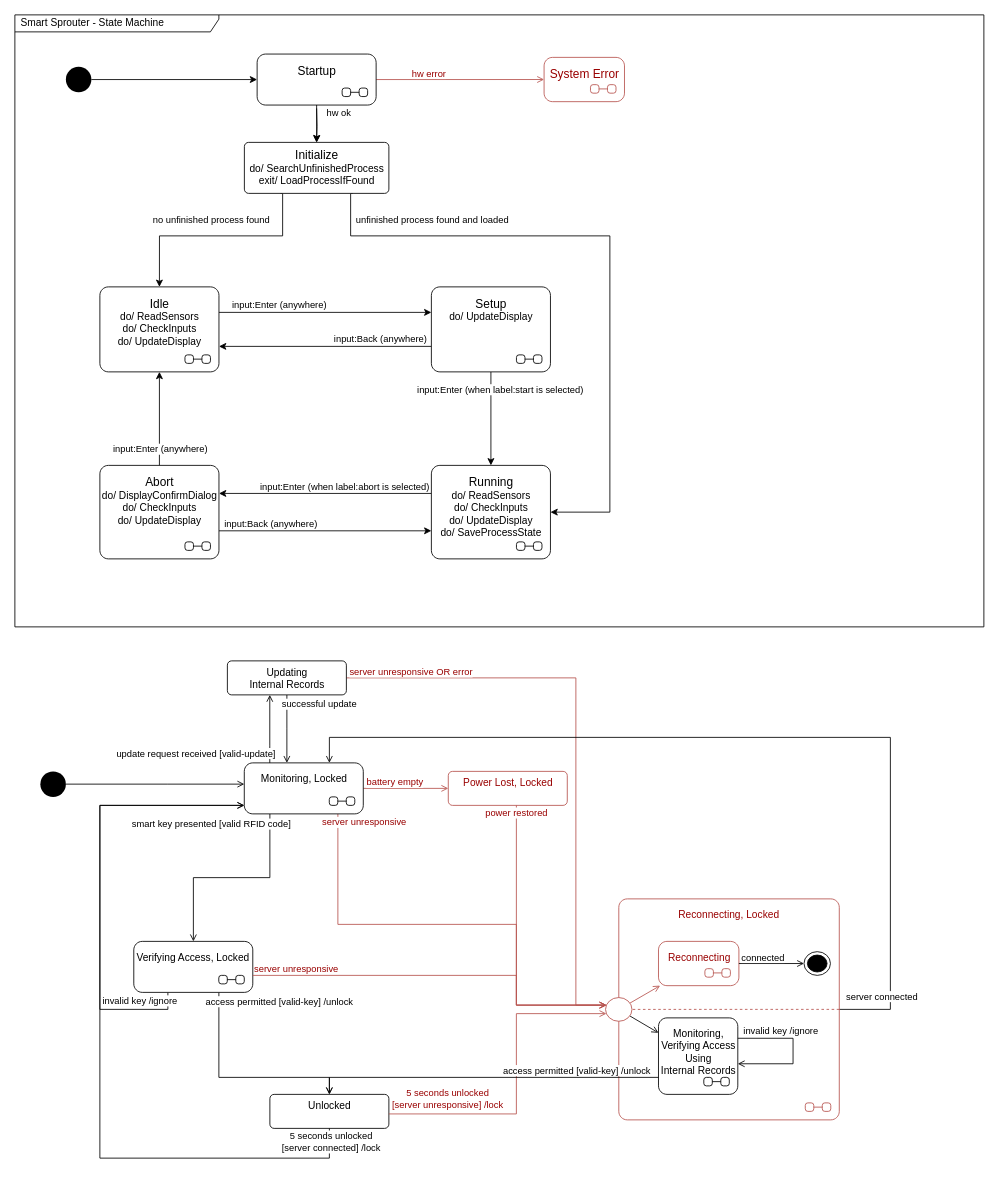
The draw.io diagram page "SmartSprouter" (1 of 12) of Documents/SmartSprouter_SystemFlow.drawio in EhudVardi/SmartSprouter, before the edit. Source tidied: cells renumbered, new cells numbered last; positions are measured from the earlier drawing's top-left corner, leaving out a move shared by most shapes. Both pictures are drawn from the tidied source at 85%, with x=0, y=0 at pixel (14, 14).
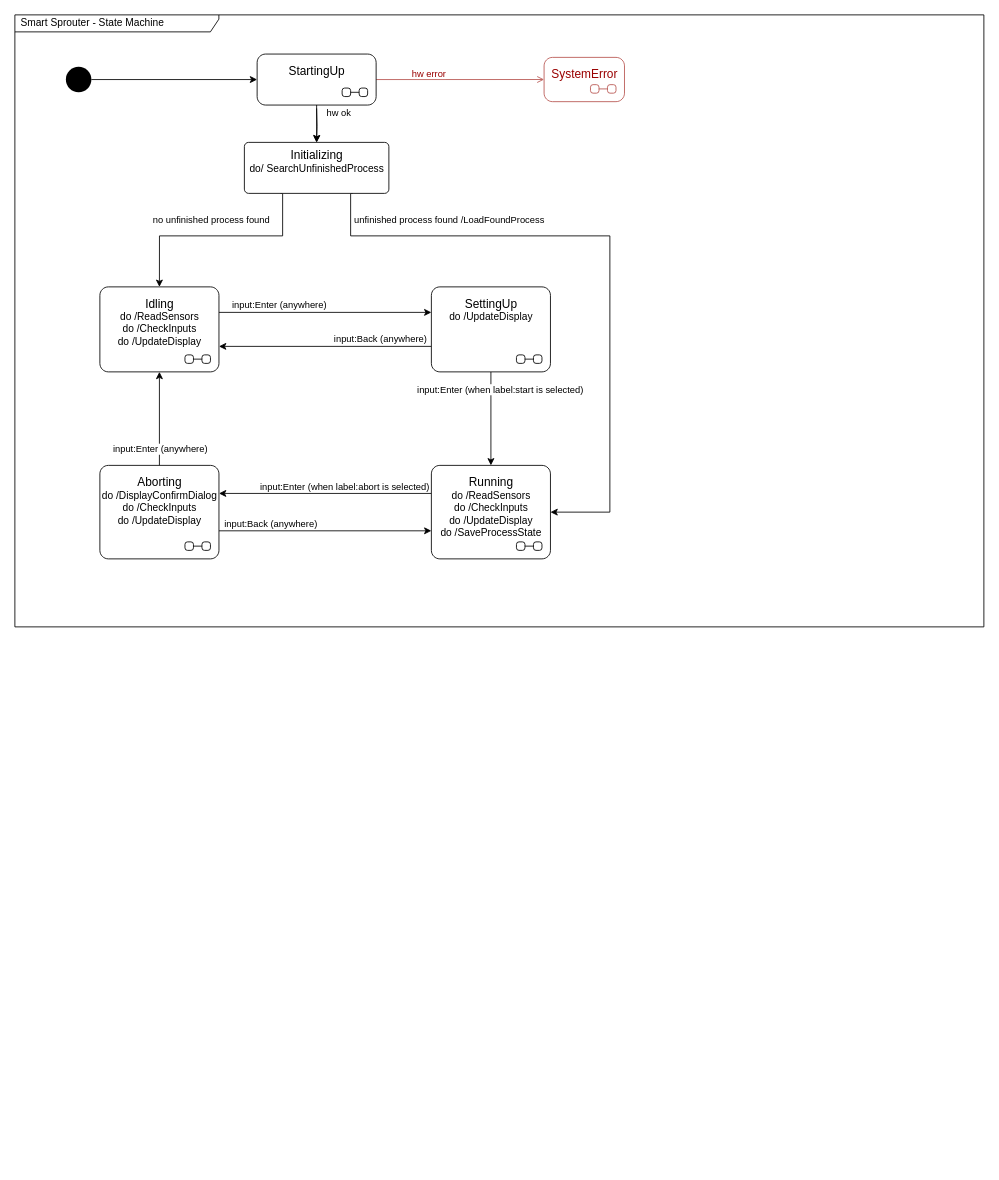
The same diagram, later.

Commit message (it also covers changes not shown here):
update system design schematics

Change to the diagram source:
```diff
@@
-    <mxCell id="3" style="rounded=0;jettySize=auto;html=1;fontSize=17;fontColor=#666666;endArrow=open;endFill=0;edgeStyle=orthogonalEdgeStyle;strokeWidth=1;" parent="1" edge="1" source="7" target="24">
-      <mxGeometry relative="1" as="geometry">
-        <Array as="points">
-          <mxPoint x="240" y="1250" />
-          <mxPoint x="370" y="1250" />
-        </Array>
-      </mxGeometry>
-    </mxCell>
-    <mxCell id="4" value="access permitted [valid-key] /unlock" style="edgeLabel;html=1;align=center;verticalAlign=middle;" parent="3" vertex="1">
-      <mxGeometry x="-0.68" y="-1" relative="1" as="geometry">
-        <mxPoint x="71" y="-30" as="offset" />
-      </mxGeometry>
-    </mxCell>
-    <mxCell id="5" style="rounded=0;jettySize=auto;html=1;endArrow=open;endFill=0;edgeStyle=orthogonalEdgeStyle;" parent="1" edge="1" source="7" target="16">
-      <mxGeometry relative="1" as="geometry">
-        <Array as="points">
-          <mxPoint x="180" y="1170" />
-          <mxPoint x="100" y="1170" />
-          <mxPoint x="100" y="930" />
-        </Array>
-      </mxGeometry>
-    </mxCell>
-    <mxCell id="6" value="invalid key /ignore" style="edgeLabel;html=1;align=center;verticalAlign=middle;" parent="5" vertex="1">
-      <mxGeometry x="0.38" relative="1" as="geometry">
-        <mxPoint x="34" y="229" as="offset" />
-      </mxGeometry>
-    </mxCell>
-    <mxCell id="7" value="Verifying Access, Locked" style="shape=umlState;rounded=1;verticalAlign=top;spacingTop=5;umlStateSymbol=collapseState;absoluteArcSize=1;arcSize=10;" parent="1" vertex="1">
-      <mxGeometry x="139.9" y="1090" width="140" height="60" as="geometry" />
-    </mxCell>
-    <mxCell id="8" style="rounded=0;jettySize=auto;html=1;fontSize=17;fontColor=#666666;endArrow=open;endFill=0;edgeStyle=orthogonalEdgeStyle;strokeWidth=1;" parent="1" edge="1" source="16" target="21">
-      <mxGeometry relative="1" as="geometry">
-        <Array as="points">
-          <mxPoint x="299.9" y="860" />
-          <mxPoint x="299.9" y="860" />
-        </Array>
-      </mxGeometry>
-    </mxCell>
-    <mxCell id="9" value="update request received [valid-update]" style="edgeLabel;html=1;align=center;verticalAlign=middle;fontColor=#000000;" parent="8" vertex="1">
-      <mxGeometry x="-0.61" relative="1" as="geometry">
-        <mxPoint x="-87" y="4" as="offset" />
-      </mxGeometry>
-    </mxCell>
-    <mxCell id="10" style="rounded=0;jettySize=auto;html=1;fontSize=17;fontColor=#666666;endArrow=open;endFill=0;edgeStyle=orthogonalEdgeStyle;strokeWidth=1;" parent="1" edge="1" source="16" target="7">
-      <mxGeometry relative="1" as="geometry">
-        <Array as="points">
-          <mxPoint x="300" y="1015" />
-          <mxPoint x="210" y="1015" />
-        </Array>
-      </mxGeometry>
-    </mxCell>
-    <mxCell id="11" value="smart key presented [valid RFID code]" style="edgeLabel;html=1;align=center;verticalAlign=middle;" parent="10" vertex="1">
-      <mxGeometry x="-0.4" y="-1" relative="1" as="geometry">
-        <mxPoint x="-69" y="-61" as="offset" />
-      </mxGeometry>
-    </mxCell>
-    <mxCell id="12" style="rounded=0;jettySize=auto;html=1;endArrow=open;endFill=0;edgeStyle=orthogonalEdgeStyle;fillColor=#f8cecc;strokeColor=#b85450;" parent="1" edge="1" source="16" target="26">
-      <mxGeometry relative="1" as="geometry" />
-    </mxCell>
-    <mxCell id="13" value="battery empty" style="edgeLabel;html=1;align=center;verticalAlign=middle;fontColor=#990000;" parent="12" vertex="1">
-      <mxGeometry x="-0.31" relative="1" as="geometry">
-        <mxPoint x="2" y="-8" as="offset" />
-      </mxGeometry>
-    </mxCell>
-    <mxCell id="14" style="rounded=0;jettySize=auto;html=1;endArrow=open;endFill=0;edgeStyle=orthogonalEdgeStyle;fillColor=#f8cecc;strokeColor=#b85450;" parent="1" edge="1" source="16" target="38">
-      <mxGeometry relative="1" as="geometry">
-        <Array as="points">
-          <mxPoint x="380" y="1070" />
-          <mxPoint x="590" y="1070" />
-          <mxPoint x="590" y="1165" />
-        </Array>
-      </mxGeometry>
-    </mxCell>
-    <mxCell id="15" value="server unresponsive" style="edgeLabel;html=1;align=center;verticalAlign=middle;fontColor=#990000;" parent="14" vertex="1">
-      <mxGeometry x="-0.69" y="-1" relative="1" as="geometry">
-        <mxPoint x="31" y="-75" as="offset" />
-      </mxGeometry>
-    </mxCell>
-    <mxCell id="16" value="Monitoring, Locked" style="shape=umlState;rounded=1;verticalAlign=top;spacingTop=5;umlStateSymbol=collapseState;absoluteArcSize=1;arcSize=10;dashed=0;fontFamily=Helvetica;fontSize=12;fontColor=default;align=center;strokeColor=default;fillColor=default;html=1;" parent="1" vertex="1">
-      <mxGeometry x="269.9" y="880" width="140" height="60" as="geometry" />
-    </mxCell>
-    <mxCell id="17" style="rounded=0;jettySize=auto;html=1;endArrow=open;endFill=0;edgeStyle=orthogonalEdgeStyle;" parent="1" edge="1" source="21" target="16">
-      <mxGeometry relative="1" as="geometry">
-        <Array as="points">
-          <mxPoint x="319.9" y="840" />
-          <mxPoint x="319.9" y="840" />
-        </Array>
-      </mxGeometry>
-    </mxCell>
-    <mxCell id="18" value="successful update" style="edgeLabel;html=1;align=center;verticalAlign=middle;fontColor=#000000;" parent="17" vertex="1">
-      <mxGeometry x="-0.48" y="1" relative="1" as="geometry">
-        <mxPoint x="36" y="-11" as="offset" />
-      </mxGeometry>
-    </mxCell>
-    <mxCell id="19" style="edgeStyle=orthogonalEdgeStyle;rounded=0;jettySize=auto;html=1;endArrow=open;endFill=0;fillColor=#f8cecc;strokeColor=#b85450;" parent="1" edge="1" source="21" target="38">
-      <mxGeometry relative="1" as="geometry">
-        <Array as="points">
-          <mxPoint x="660" y="780" />
-          <mxPoint x="660" y="1165" />
-        </Array>
-      </mxGeometry>
-    </mxCell>
-    <mxCell id="20" value="server unresponsive OR error" style="edgeLabel;html=1;align=center;verticalAlign=middle;fontColor=#990000;" parent="19" vertex="1">
-      <mxGeometry x="-0.9" y="1" relative="1" as="geometry">
-        <mxPoint x="40" y="-7" as="offset" />
-      </mxGeometry>
-    </mxCell>
-    <mxCell id="21" value="Updating &lt;br&gt;Internal Records" style="html=1;align=center;verticalAlign=top;rounded=1;absoluteArcSize=1;arcSize=10;fontFamily=Helvetica;fontSize=12;fontColor=default;strokeColor=default;fillColor=default;" parent="1" vertex="1">
-      <mxGeometry x="250" y="760" width="140" height="40" as="geometry" />
-    </mxCell>
-    <mxCell id="22" style="rounded=0;jettySize=auto;html=1;fontSize=17;fontColor=#666666;endArrow=open;endFill=0;edgeStyle=orthogonalEdgeStyle;" parent="1" edge="1" source="23" target="16">
-      <mxGeometry relative="1" as="geometry">
-        <Array as="points">
-          <mxPoint x="180" y="905" />
-          <mxPoint x="180" y="905" />
-        </Array>
-      </mxGeometry>
-    </mxCell>
-    <mxCell id="23" style="ellipse;fillColor=#000000;strokeColor=none;" parent="1" vertex="1">
-      <mxGeometry x="30" y="890" width="30" height="30" as="geometry" />
-    </mxCell>
-    <mxCell id="24" value="Unlocked" style="html=1;align=center;verticalAlign=top;rounded=1;absoluteArcSize=1;arcSize=10;dashed=0;" parent="1" vertex="1">
-      <mxGeometry x="300" y="1270" width="140" height="40" as="geometry" />
-    </mxCell>
-    <mxCell id="25" value="power restored " style="rounded=0;jettySize=auto;html=1;endArrow=open;endFill=0;edgeStyle=orthogonalEdgeStyle;fillColor=#f8cecc;strokeColor=#b85450;fontColor=#990000;" parent="1" edge="1" source="26" target="38">
-      <mxGeometry x="-0.94" relative="1" as="geometry">
-        <Array as="points">
-          <mxPoint x="590" y="1165" />
-        </Array>
-        <mxPoint y="-1" as="offset" />
-      </mxGeometry>
-    </mxCell>
-    <mxCell id="26" value="Power Lost, Locked" style="html=1;align=center;verticalAlign=top;rounded=1;absoluteArcSize=1;arcSize=10;dashed=0;fillColor=none;strokeColor=#b85450;fontColor=#990000;" parent="1" vertex="1">
-      <mxGeometry x="509.9" y="890" width="140" height="40" as="geometry" />
-    </mxCell>
-    <mxCell id="27" style="rounded=0;jettySize=auto;html=1;fontSize=17;fontColor=#666666;endArrow=open;endFill=0;edgeStyle=orthogonalEdgeStyle;fillColor=#f8cecc;strokeColor=#b85450;" parent="1" edge="1" source="7" target="38">
-      <mxGeometry relative="1" as="geometry">
-        <Array as="points">
-          <mxPoint x="590" y="1130" />
-          <mxPoint x="590" y="1165" />
-        </Array>
-      </mxGeometry>
-    </mxCell>
-    <mxCell id="28" value="server unresponsive" style="edgeLabel;html=1;align=center;verticalAlign=middle;fontColor=#990000;" parent="27" vertex="1">
-      <mxGeometry x="-0.73" relative="1" as="geometry">
-        <mxPoint x="-10" y="-9" as="offset" />
-      </mxGeometry>
-    </mxCell>
-    <mxCell id="29" value="server connected" style="rounded=0;jettySize=auto;html=1;endArrow=open;endFill=0;exitX=1;exitY=0.5;exitDx=0;exitDy=0;edgeStyle=orthogonalEdgeStyle;" parent="1" edge="1" source="31" target="16">
-      <mxGeometry x="-0.86" y="10" relative="1" as="geometry">
-        <Array as="points">
-          <mxPoint x="1030" y="1170" />
-          <mxPoint x="1030" y="850" />
-          <mxPoint x="370" y="850" />
-        </Array>
-      </mxGeometry>
-    </mxCell>
-    <mxCell id="30" style="group;fillColor=none;strokeColor=none;" parent="1" vertex="1">
-      <mxGeometry x="694.9" y="1040" width="275" height="260" as="geometry" />
-    </mxCell>
-    <mxCell id="31" value="Reconnecting, Locked" style="shape=umlState;rounded=1;verticalAlign=top;spacingTop=5;umlStateSymbol=collapseState;absoluteArcSize=1;arcSize=10;fillColor=none;strokeColor=#b85450;fontColor=#990000;" parent="30" vertex="1">
-      <mxGeometry x="15.6" width="259.4" height="260" as="geometry" />
-    </mxCell>
-    <mxCell id="32" value="Reconnecting" style="shape=umlState;rounded=1;verticalAlign=top;spacingTop=5;umlStateSymbol=collapseState;absoluteArcSize=1;arcSize=10;dashed=0;fontFamily=Helvetica;fontSize=12;align=center;strokeColor=#b85450;fillColor=none;html=1;fontColor=#990000;" parent="31" vertex="1">
-      <mxGeometry x="46.7" y="50" width="94.6" height="52.1" as="geometry" />
-    </mxCell>
-    <mxCell id="33" value="Monitoring, &lt;br&gt;&lt;div&gt;Verifying Access &lt;br&gt;&lt;/div&gt;&lt;div&gt;Using&lt;br&gt;&lt;/div&gt;Internal Records" style="shape=umlState;rounded=1;verticalAlign=top;spacingTop=5;umlStateSymbol=collapseState;absoluteArcSize=1;arcSize=10;dashed=0;fontFamily=Helvetica;fontSize=12;fontColor=#000000;align=center;strokeColor=default;fillColor=default;html=1;" parent="31" vertex="1">
-      <mxGeometry x="46.7" y="140" width="93.3" height="90" as="geometry" />
-    </mxCell>
-    <mxCell id="34" value="invalid key /ignore" style="rounded=0;orthogonalLoop=1;jettySize=auto;html=1;endArrow=open;endFill=0;edgeStyle=orthogonalEdgeStyle;fontColor=#000000;strokeColor=#000000;" parent="31" edge="1">
-      <mxGeometry x="-0.38" y="9" relative="1" as="geometry">
-        <mxPoint x="140" y="164" as="sourcePoint" />
-        <mxPoint x="140" y="194" as="targetPoint" />
-        <Array as="points">
-          <mxPoint x="205" y="164" />
-          <mxPoint x="205" y="194" />
-        </Array>
-      </mxGeometry>
-    </mxCell>
-    <mxCell id="35" style="rounded=0;jettySize=auto;html=1;endArrow=open;endFill=0;fontColor=#990000;fillColor=#f8cecc;strokeColor=#b85450;" parent="30" edge="1" source="38" target="32">
-      <mxGeometry relative="1" as="geometry" />
-    </mxCell>
-    <mxCell id="36" style="rounded=0;jettySize=auto;html=1;endArrow=open;endFill=0;fontColor=#990000;" parent="30" edge="1" source="38" target="33">
-      <mxGeometry relative="1" as="geometry" />
-    </mxCell>
-    <mxCell id="37" style="edgeStyle=orthogonalEdgeStyle;rounded=0;jettySize=auto;html=1;exitX=1;exitY=0.5;exitDx=0;exitDy=0;entryX=1;entryY=0.5;entryDx=0;entryDy=0;endArrow=none;endFill=0;dashed=1;fontColor=#990000;fillColor=#f8cecc;strokeColor=#b85450;" parent="30" edge="1" source="31" target="38">
-      <mxGeometry relative="1" as="geometry">
-        <Array as="points">
-          <mxPoint x="145" y="130" />
-          <mxPoint x="145" y="130" />
-        </Array>
-      </mxGeometry>
-    </mxCell>
-    <mxCell id="38" style="ellipse;fillColor=default;strokeColor=#b85450;" parent="30" vertex="1">
-      <mxGeometry y="116.1" width="31.1" height="27.9" as="geometry" />
-    </mxCell>
-    <mxCell id="39" style="ellipse;html=1;shape=endState;fillColor=#000000;strokeColor=#000000;fontColor=#990000;" parent="30" vertex="1">
-      <mxGeometry x="233.5" y="62.1" width="31.1" height="27.9" as="geometry" />
-    </mxCell>
-    <mxCell id="40" style="rounded=0;jettySize=auto;html=1;endArrow=open;endFill=0;edgeStyle=orthogonalEdgeStyle;fontColor=#990000;" parent="30" edge="1" source="32" target="39">
-      <mxGeometry relative="1" as="geometry" />
-    </mxCell>
-    <mxCell id="41" value="connected" style="edgeLabel;html=1;align=center;verticalAlign=middle;fontColor=#000000;" parent="40" vertex="1">
-      <mxGeometry x="-0.57" y="-2" relative="1" as="geometry">
-        <mxPoint x="12" y="-10" as="offset" />
-      </mxGeometry>
-    </mxCell>
-    <mxCell id="42" value="5 seconds unlocked&lt;br&gt;[server unresponsive] /lock" style="rounded=0;jettySize=auto;html=1;endArrow=open;endFill=0;edgeStyle=orthogonalEdgeStyle;fillColor=#f8cecc;strokeColor=#b85450;fontColor=#990000;labelBackgroundColor=default;" parent="1" edge="1" source="24" target="38">
-      <mxGeometry x="-0.63" y="18" relative="1" as="geometry">
-        <Array as="points">
-          <mxPoint x="590" y="1293" />
-          <mxPoint x="590" y="1175" />
-        </Array>
-      </mxGeometry>
-    </mxCell>
-    <mxCell id="43" style="rounded=0;jettySize=auto;html=1;endArrow=open;endFill=0;edgeStyle=orthogonalEdgeStyle;exitX=0.5;exitY=1;exitDx=0;exitDy=0;strokeWidth=1;" parent="1" edge="1" source="24" target="16">
-      <mxGeometry relative="1" as="geometry">
-        <Array as="points">
-          <mxPoint x="370" y="1345" />
-          <mxPoint x="100" y="1345" />
-          <mxPoint x="100" y="930" />
-        </Array>
-      </mxGeometry>
-    </mxCell>
-    <mxCell id="44" value="5 seconds unlocked &lt;br&gt;&lt;div&gt;[server connected] /lock&lt;br&gt;&lt;/div&gt;" style="edgeLabel;html=1;align=center;verticalAlign=middle;" parent="43" vertex="1">
-      <mxGeometry x="-0.9" y="-2" relative="1" as="geometry">
-        <mxPoint x="10" y="-18" as="offset" />
-      </mxGeometry>
-    </mxCell>
-    <mxCell id="45" style="edgeStyle=orthogonalEdgeStyle;rounded=0;jettySize=auto;html=1;endArrow=open;endFill=0;" parent="1" edge="1" source="33" target="24">
-      <mxGeometry relative="1" as="geometry">
-        <Array as="points">
-          <mxPoint x="370" y="1250" />
-        </Array>
-      </mxGeometry>
-    </mxCell>
-    <mxCell id="46" value="access permitted [valid-key] /unlock" style="edgeLabel;html=1;align=center;verticalAlign=middle;fontColor=#000000;" parent="45" vertex="1">
-      <mxGeometry x="0.34" y="1" relative="1" as="geometry">
-        <mxPoint x="176" y="-10" as="offset" />
-      </mxGeometry>
-    </mxCell>
-    <mxCell id="47" style="edgeStyle=none;rounded=0;orthogonalLoop=1;jettySize=auto;html=1;entryX=1;entryY=0.5;entryDx=0;entryDy=0;endArrow=open;endFill=0;" parent="1" edge="1" source="24" target="24">
-      <mxGeometry relative="1" as="geometry" />
-    </mxCell>
@@
-    <mxCell id="53" value="&lt;font style=&quot;font-size: 14px;&quot;&gt;System Error&lt;/font&gt;" style="shape=umlState;rounded=1;verticalAlign=top;spacingTop=5;umlStateSymbol=collapseState;absoluteArcSize=1;arcSize=10;dashed=0;fontFamily=Helvetica;fontSize=12;align=center;strokeColor=#b85450;fillColor=none;html=1;fontColor=#990000;" parent="1" vertex="1">
+    <mxCell id="53" value="&lt;font style=&quot;font-size: 14px;&quot;&gt;SystemError&lt;/font&gt;" style="shape=umlState;rounded=1;verticalAlign=top;spacingTop=5;umlStateSymbol=collapseState;absoluteArcSize=1;arcSize=10;dashed=0;fontFamily=Helvetica;fontSize=12;align=center;strokeColor=#b85450;fillColor=none;html=1;fontColor=#990000;" parent="1" vertex="1">
       <mxGeometry x="622.6" y="50" width="94.6" height="52.1" as="geometry" />
     </mxCell>
@@
-    <mxCell id="57" value="&lt;font style=&quot;font-size: 14px;&quot;&gt;Initialize&lt;/font&gt;&lt;br&gt;do/ SearchUnfinishedProcess&lt;br&gt;exit/ LoadProcessIfFound" style="html=1;align=center;verticalAlign=top;rounded=1;absoluteArcSize=1;arcSize=10;fontFamily=Helvetica;fontSize=12;fontColor=default;strokeColor=default;fillColor=default;" parent="1" vertex="1">
+    <mxCell id="57" value="&lt;font style=&quot;font-size: 14px;&quot;&gt;Initializing&lt;/font&gt;&lt;div&gt;do/ SearchUnfinishedProcess&lt;br&gt;&lt;/div&gt;" style="html=1;align=center;verticalAlign=top;rounded=1;absoluteArcSize=1;arcSize=10;fontFamily=Helvetica;fontSize=12;fontColor=default;strokeColor=default;fillColor=default;" parent="1" vertex="1">
       <mxGeometry x="270" y="150" width="170" height="60" as="geometry" />
     </mxCell>
@@
-    <mxCell id="59" value="&lt;font style=&quot;font-size: 14px;&quot;&gt;Idle&lt;/font&gt;&lt;br&gt;do/ ReadSensors&lt;br&gt;do/ CheckInputs&lt;br&gt;do/ UpdateDisplay" style="shape=umlState;rounded=1;verticalAlign=top;spacingTop=5;umlStateSymbol=collapseState;absoluteArcSize=1;arcSize=10;dashed=0;fontFamily=Helvetica;fontSize=12;fontColor=default;align=center;strokeColor=default;fillColor=default;html=1;" parent="1" vertex="1">
+    <mxCell id="59" value="&lt;font style=&quot;font-size: 14px;&quot;&gt;Idling&lt;/font&gt;&lt;br&gt;do /ReadSensors&lt;br&gt;do /CheckInputs&lt;br&gt;do /UpdateDisplay" style="shape=umlState;rounded=1;verticalAlign=top;spacingTop=5;umlStateSymbol=collapseState;absoluteArcSize=1;arcSize=10;dashed=0;fontFamily=Helvetica;fontSize=12;fontColor=default;align=center;strokeColor=default;fillColor=default;html=1;" parent="1" vertex="1">
       <mxGeometry x="100" y="320" width="140.1" height="100" as="geometry" />
     </mxCell>
@@
-    <mxCell id="62" value="&lt;font style=&quot;font-size: 14px;&quot;&gt;Running&lt;/font&gt;&lt;br&gt;do/ ReadSensors&lt;br&gt;do/ CheckInputs&lt;br&gt;do/ UpdateDisplay&lt;br&gt;do/ SaveProcessState" style="shape=umlState;rounded=1;verticalAlign=top;spacingTop=5;umlStateSymbol=collapseState;absoluteArcSize=1;arcSize=10;dashed=0;fontFamily=Helvetica;fontSize=12;fontColor=default;align=center;strokeColor=default;fillColor=default;html=1;" parent="1" vertex="1">
+    <mxCell id="62" value="&lt;font style=&quot;font-size: 14px;&quot;&gt;Running&lt;/font&gt;&lt;br&gt;do /ReadSensors&lt;br&gt;do /CheckInputs&lt;br&gt;do /UpdateDisplay&lt;br&gt;do /SaveProcessState" style="shape=umlState;rounded=1;verticalAlign=top;spacingTop=5;umlStateSymbol=collapseState;absoluteArcSize=1;arcSize=10;dashed=0;fontFamily=Helvetica;fontSize=12;fontColor=default;align=center;strokeColor=default;fillColor=default;html=1;" parent="1" vertex="1">
       <mxGeometry x="490" y="530" width="140.1" height="110" as="geometry" />
     </mxCell>
@@
-    <mxCell id="67" value="&lt;font style=&quot;font-size: 14px;&quot;&gt;Setup&lt;br&gt;&lt;/font&gt;do/ UpdateDisplay&lt;div&gt;&lt;br&gt;&lt;/div&gt;" style="shape=umlState;rounded=1;verticalAlign=top;spacingTop=5;umlStateSymbol=collapseState;absoluteArcSize=1;arcSize=10;dashed=0;fontFamily=Helvetica;fontSize=12;fontColor=default;align=center;strokeColor=default;fillColor=default;html=1;" parent="1" vertex="1">
+    <mxCell id="67" value="&lt;font style=&quot;font-size: 14px;&quot;&gt;SettingUp&lt;br&gt;&lt;/font&gt;do /UpdateDisplay&lt;div&gt;&lt;br&gt;&lt;/div&gt;" style="shape=umlState;rounded=1;verticalAlign=top;spacingTop=5;umlStateSymbol=collapseState;absoluteArcSize=1;arcSize=10;dashed=0;fontFamily=Helvetica;fontSize=12;fontColor=default;align=center;strokeColor=default;fillColor=default;html=1;" parent="1" vertex="1">
       <mxGeometry x="490" y="320" width="140.1" height="100" as="geometry" />
     </mxCell>
@@
-    <mxCell id="72" value="&lt;font style=&quot;font-size: 14px;&quot;&gt;Abort&lt;/font&gt;&lt;br&gt;do/ DisplayConfirmDialog&lt;br&gt;do/ CheckInputs&lt;br&gt;do/ UpdateDisplay" style="shape=umlState;rounded=1;verticalAlign=top;spacingTop=5;umlStateSymbol=collapseState;absoluteArcSize=1;arcSize=10;dashed=0;fontFamily=Helvetica;fontSize=12;fontColor=default;align=center;strokeColor=default;fillColor=default;html=1;" parent="1" vertex="1">
+    <mxCell id="72" value="&lt;font style=&quot;font-size: 14px;&quot;&gt;Aborting&lt;/font&gt;&lt;br&gt;do /DisplayConfirmDialog&lt;br&gt;do /CheckInputs&lt;br&gt;do /UpdateDisplay" style="shape=umlState;rounded=1;verticalAlign=top;spacingTop=5;umlStateSymbol=collapseState;absoluteArcSize=1;arcSize=10;dashed=0;fontFamily=Helvetica;fontSize=12;fontColor=default;align=center;strokeColor=default;fillColor=default;html=1;" parent="1" vertex="1">
       <mxGeometry x="100" y="530" width="140.1" height="110" as="geometry" />
     </mxCell>
@@
-    <mxCell id="74" value="unfinished process found and loaded" style="edgeLabel;html=1;align=center;verticalAlign=middle;" parent="1" vertex="1">
-      <mxGeometry x="490" y="240" as="geometry" />
+    <mxCell id="74" value="unfinished process found /LoadFoundProcess" style="edgeLabel;html=1;align=center;verticalAlign=middle;" parent="1" vertex="1">
+      <mxGeometry x="510" y="240" as="geometry" />
     </mxCell>
@@
-    <mxCell id="77" value="&lt;font style=&quot;font-size: 14px;&quot;&gt;Startup&lt;/font&gt;" style="shape=umlState;rounded=1;verticalAlign=top;spacingTop=5;umlStateSymbol=collapseState;absoluteArcSize=1;arcSize=10;dashed=0;fontFamily=Helvetica;fontSize=12;fontColor=default;align=center;strokeColor=default;fillColor=default;html=1;" parent="1" vertex="1">
+    <mxCell id="77" value="&lt;span style=&quot;font-size: 14px;&quot;&gt;StartingUp&lt;/span&gt;" style="shape=umlState;rounded=1;verticalAlign=top;spacingTop=5;umlStateSymbol=collapseState;absoluteArcSize=1;arcSize=10;dashed=0;fontFamily=Helvetica;fontSize=12;fontColor=default;align=center;strokeColor=default;fillColor=default;html=1;" parent="1" vertex="1">
       <mxGeometry x="285" y="46.1" width="140" height="60" as="geometry" />
     </mxCell>
```
